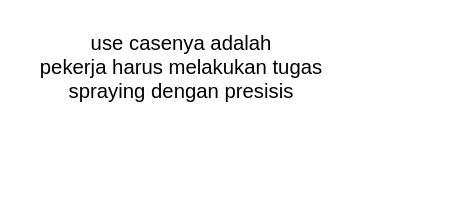
This is Untitled Diagram.drawio from abdhilmy64/Sprayer_Tracker_BLE, a draw.io file, before an edit. Source tidied: cells renumbered, new cells numbered last; positions are measured from the earlier drawing's top-left corner, leaving out a move shared by most shapes. Both pictures are drawn from the tidied source at 127%, with x=0, y=0 at pixel (22, 22).
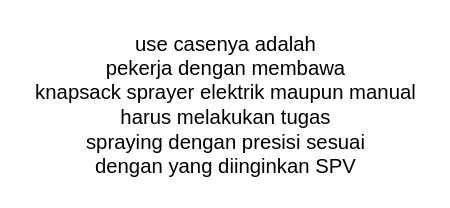
The same page after the edit.

Diff of the diagram source:
```diff
@@
 <mxGraphModel>
   <root>
     <mxCell id="0" />
     <mxCell id="1" parent="0" />
-    <mxCell id="2" value="use casenya adalah&lt;div&gt;pekerja harus melakukan tugas&lt;/div&gt;&lt;div&gt;spraying dengan presisis&lt;/div&gt;" style="text;html=1;align=center;verticalAlign=middle;strokeColor=none;fillColor=none;fontSize=16;" parent="1" vertex="1">
-      <mxGeometry width="250" height="70" as="geometry" />
+    <mxCell id="2" value="use casenya adalah&lt;div&gt;pekerja dengan membawa&lt;/div&gt;&lt;div&gt;&lt;span style=&quot;background-color: transparent;&quot;&gt;knapsack sprayer elektrik maupun manual&lt;/span&gt;&lt;/div&gt;&lt;div&gt;&lt;span style=&quot;background-color: transparent; color: light-dark(rgb(0, 0, 0), rgb(255, 255, 255));&quot;&gt;harus melakukan tugas&lt;/span&gt;&lt;/div&gt;&lt;div&gt;spraying dengan presisi sesuai&lt;/div&gt;&lt;div&gt;dengan yang diinginkan SPV&lt;/div&gt;" style="text;html=1;align=center;verticalAlign=middle;strokeColor=none;fillColor=none;fontSize=16;" parent="1" vertex="1">
+      <mxGeometry width="320" height="130" as="geometry" />
     </mxCell>
   </root>
 </mxGraphModel>
```
